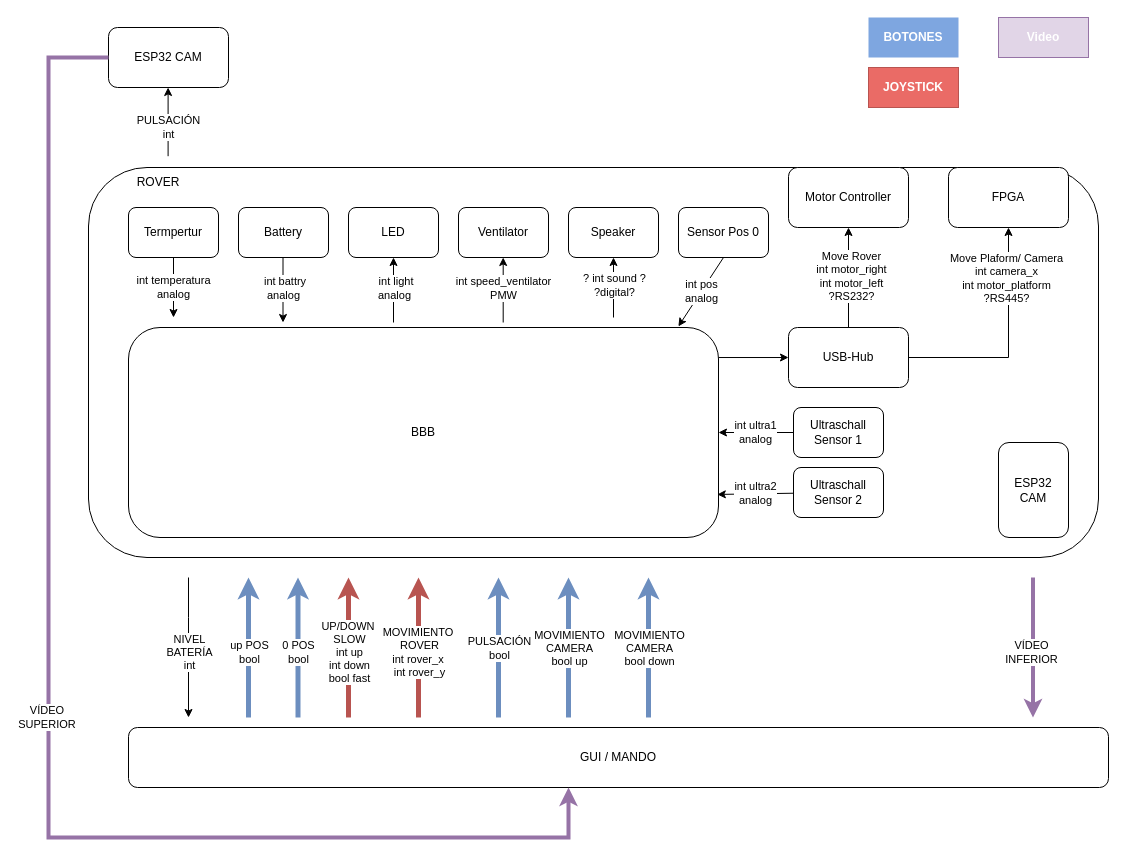
Earlier version of the draw.io diagram Software/Doku/SIGNALS.drawio (OgLocGreen/proyecto_sistema_mecatronico_industrial). Source tidied: cells renumbered, new cells numbered last; positions are measured from the earlier drawing's top-left corner, leaving out a move shared by most shapes. Both pictures are drawn from the tidied source at 100%, with x=0, y=0 at pixel (48, 17).
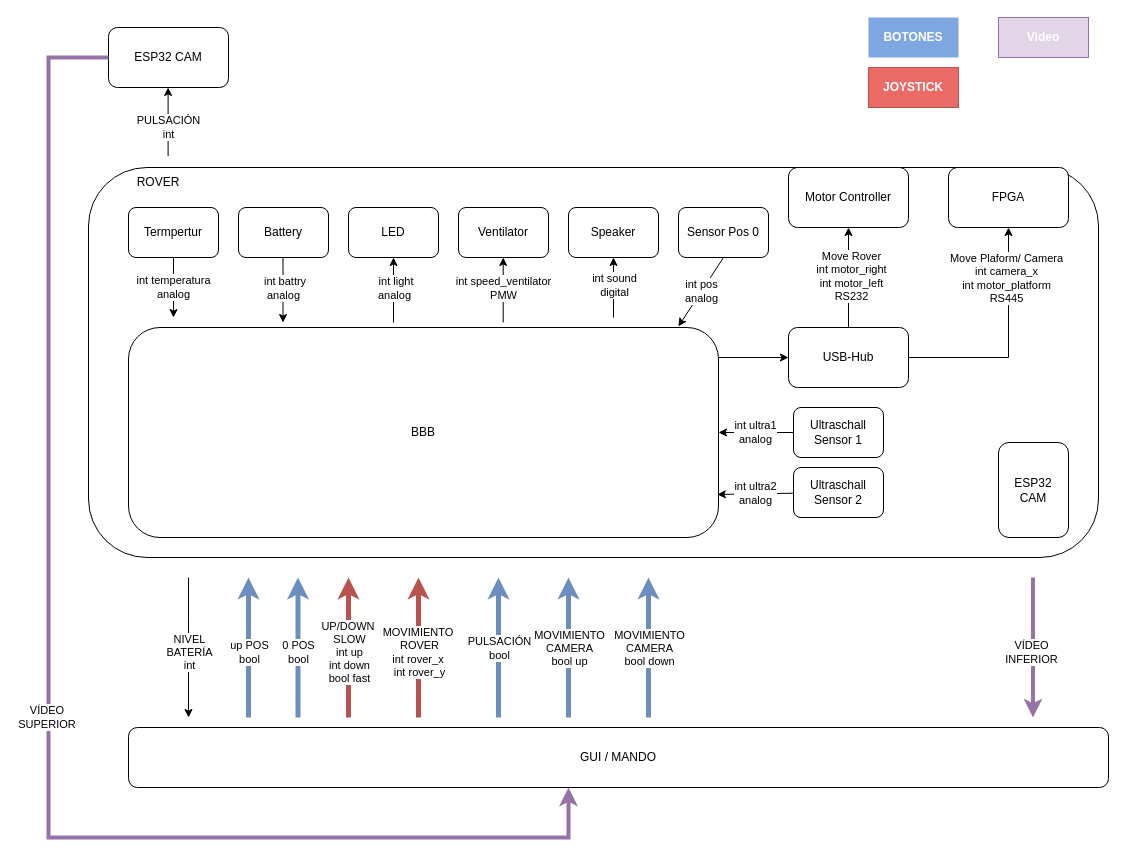
The same page after the edit.

The change refers to these unchanged cells:
```xml
<mxCell id="34" style="endArrow=classic;html=1;rounded=0;entryX=0.5;entryY=1;entryDx=0;entryDy=0;" parent="1" edge="1" target="45">
  <mxGeometry relative="1" as="geometry">
    <mxPoint x="565" y="300" as="sourcePoint" />
  </mxGeometry>
</mxCell>
<mxCell id="36" style="endArrow=classic;html=1;rounded=0;entryX=0.5;entryY=1;entryDx=0;entryDy=0;exitX=1;exitY=0.5;exitDx=0;exitDy=0;" parent="1" edge="1" source="40" target="31">
  <mxGeometry relative="1" as="geometry">
    <Array as="points">
      <mxPoint x="800" y="340" />
    </Array>
  </mxGeometry>
</mxCell>
<mxCell id="38" style="endArrow=classic;html=1;rounded=0;entryX=0.5;entryY=1;entryDx=0;entryDy=0;exitX=1;exitY=0.5;exitDx=0;exitDy=0;" parent="1" edge="1" source="40" target="29">
  <mxGeometry relative="1" as="geometry">
    <Array as="points">
      <mxPoint x="960" y="340" />
    </Array>
  </mxGeometry>
</mxCell>
```

Change to the diagram source:
```diff
@@
-    <mxCell id="35" value="? int sound ?&lt;br&gt;?digital?" style="edgeLabel;html=1;align=center;verticalAlign=middle;" parent="34" vertex="1">
+    <mxCell id="35" value="int sound&lt;br&gt;digital" style="edgeLabel;html=1;align=center;verticalAlign=middle;" parent="34" vertex="1">
       <mxGeometry x="-0.4" y="-1" relative="1" as="geometry">
         <mxPoint x="-1" y="-15" as="offset" />
       </mxGeometry>
     </mxCell>
@@
-    <mxCell id="37" value="Move Rover&lt;br&gt;int motor_right&lt;br&gt;int motor_left&lt;br&gt;?RS232?" style="edgeLabel;html=1;align=center;verticalAlign=middle;" parent="36" vertex="1">
+    <mxCell id="37" value="Move Rover&lt;br&gt;int motor_right&lt;br&gt;int motor_left&lt;br&gt;RS232" style="edgeLabel;html=1;align=center;verticalAlign=middle;" parent="36" vertex="1">
       <mxGeometry x="-0.4" y="-1" relative="1" as="geometry">
         <mxPoint x="-1" y="-81" as="offset" />
       </mxGeometry>
     </mxCell>
@@
-    <mxCell id="39" value="Move Plaform/ Camera&lt;br&gt;int camera_x&lt;br&gt;int motor_platform&lt;br&gt;?RS445?" style="edgeLabel;html=1;align=center;verticalAlign=middle;" parent="38" vertex="1">
+    <mxCell id="39" value="Move Plaform/ Camera&lt;br&gt;int camera_x&lt;br&gt;int motor_platform&lt;br&gt;RS445" style="edgeLabel;html=1;align=center;verticalAlign=middle;" parent="38" vertex="1">
       <mxGeometry x="-0.4" y="-1" relative="1" as="geometry">
         <mxPoint x="28" y="-81" as="offset" />
       </mxGeometry>
     </mxCell>
```
